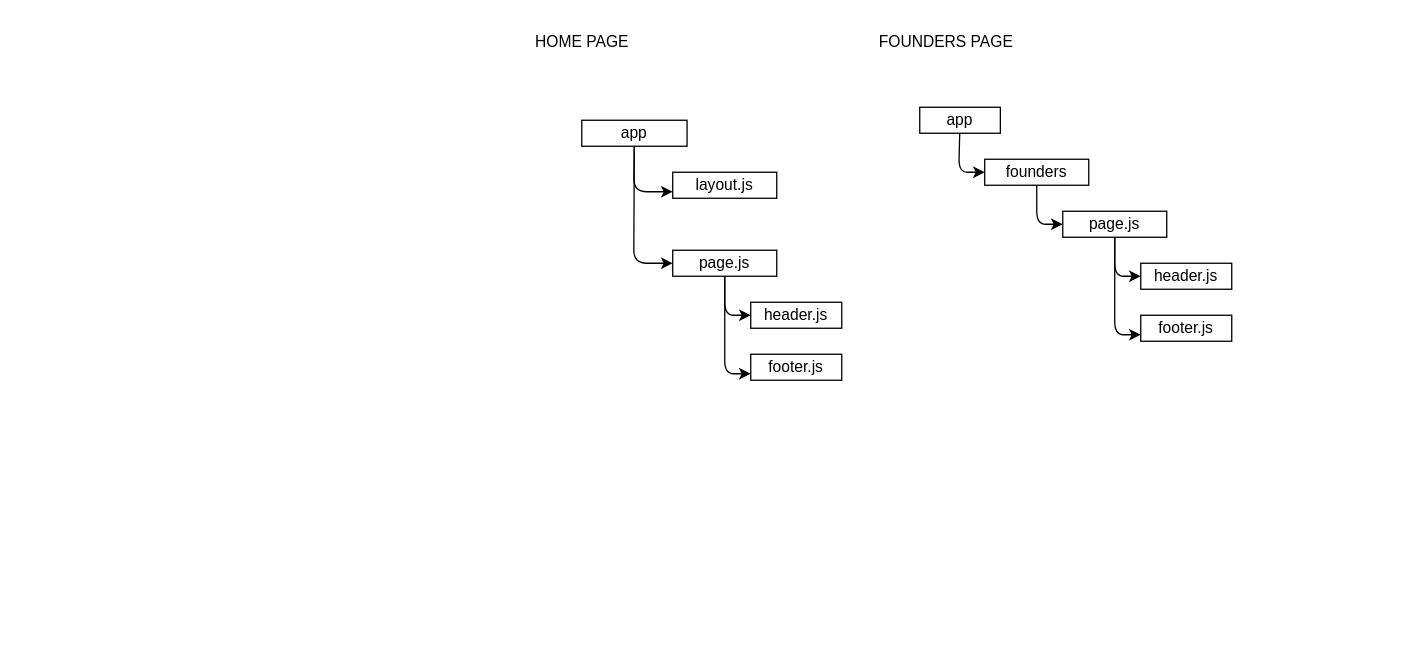
Earlier version of the draw.io diagram plan.drawio (SchoolOfCode/bc16-w7d3-workshop-nextjs-boilerplate-week7-room19). Source tidied: cells renumbered, new cells numbered last; positions are measured from the earlier drawing's top-left corner, leaving out a move shared by most shapes. Both pictures are drawn from the tidied source at 130%, with x=0, y=0 at pixel (516, 22).
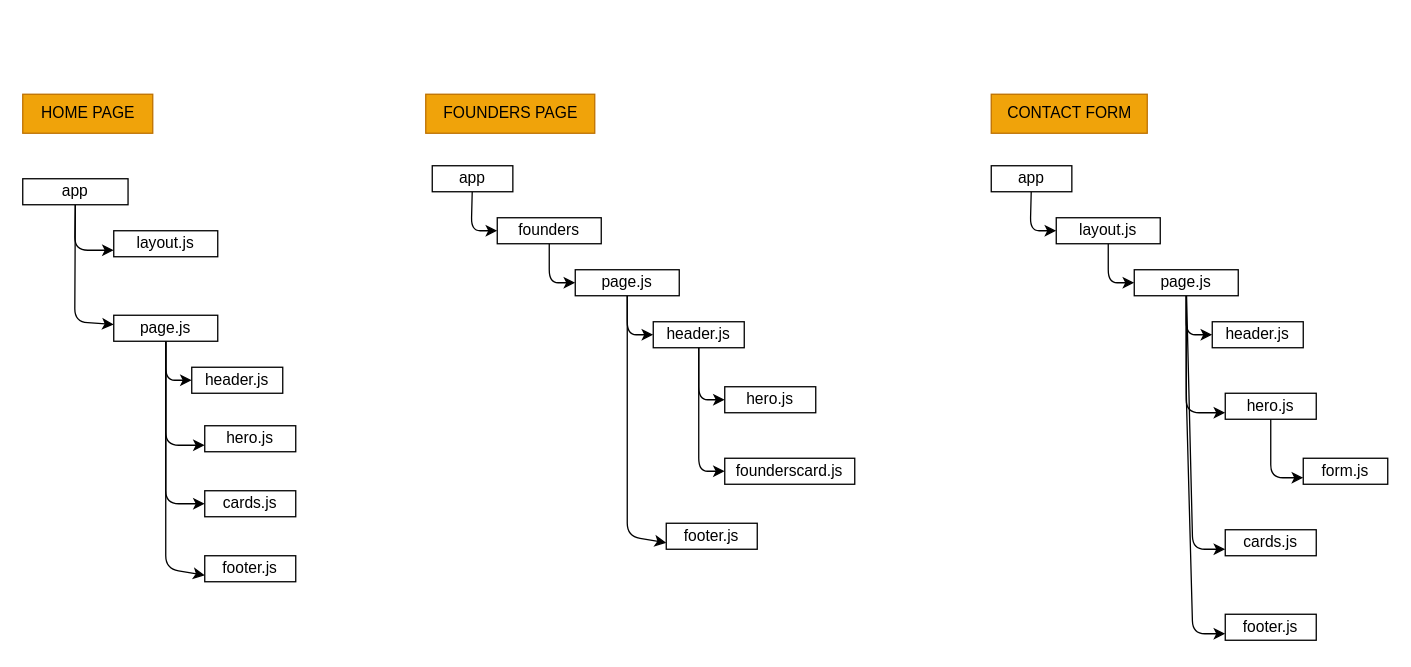
Above is the later version.

Commit message:
update the project file structure diagram.

Diff of the diagram source:
```diff
@@
     <mxCell id="2" style="edgeStyle=none;html=1;entryX=0;entryY=0.5;entryDx=0;entryDy=0;" parent="1" edge="1" source="3" target="5">
       <mxGeometry relative="1" as="geometry">
         <Array as="points">
-          <mxPoint x="340" y="115" />
+          <mxPoint x="-35" y="160" />
         </Array>
       </mxGeometry>
     </mxCell>
     <mxCell id="3" value="app" style="rounded=0;whiteSpace=wrap;html=1;" parent="1" vertex="1">
-      <mxGeometry x="310" y="65" width="62" height="20" as="geometry" />
+      <mxGeometry x="-65" y="110" width="62" height="20" as="geometry" />
     </mxCell>
     <mxCell id="4" style="edgeStyle=none;html=1;entryX=0;entryY=0.5;entryDx=0;entryDy=0;" parent="1" edge="1" source="5" target="17">
       <mxGeometry relative="1" as="geometry">
         <Array as="points">
-          <mxPoint x="400" y="155" />
+          <mxPoint x="25" y="200" />
         </Array>
       </mxGeometry>
     </mxCell>
     <mxCell id="5" value="founders" style="rounded=0;whiteSpace=wrap;html=1;" parent="1" vertex="1">
-      <mxGeometry x="360" y="105" width="80" height="20" as="geometry" />
+      <mxGeometry x="-15" y="150" width="80" height="20" as="geometry" />
     </mxCell>
-    <mxCell id="6" style="edgeStyle=none;html=1;entryX=0;entryY=0.5;entryDx=0;entryDy=0;" parent="1" edge="1" source="8" target="11">
+    <mxCell id="6" style="edgeStyle=none;html=1;" parent="1" edge="1" source="8" target="30">
       <mxGeometry relative="1" as="geometry">
         <Array as="points">
-          <mxPoint x="90" y="185" />
+          <mxPoint x="-340" y="230" />
         </Array>
       </mxGeometry>
     </mxCell>
     <mxCell id="7" style="edgeStyle=none;html=1;entryX=0;entryY=0.75;entryDx=0;entryDy=0;" parent="1" edge="1" source="8" target="14">
       <mxGeometry relative="1" as="geometry">
         <Array as="points">
-          <mxPoint x="90" y="130" />
+          <mxPoint x="-340" y="175" />
         </Array>
       </mxGeometry>
     </mxCell>
     <mxCell id="8" value="app" style="rounded=0;whiteSpace=wrap;html=1;" parent="1" vertex="1">
-      <mxGeometry x="50" y="75" width="81" height="20" as="geometry" />
+      <mxGeometry x="-380" y="120" width="81" height="20" as="geometry" />
     </mxCell>
-    <mxCell id="9" style="edgeStyle=none;html=1;entryX=0;entryY=0.5;entryDx=0;entryDy=0;" parent="1" edge="1" source="11" target="12">
-      <mxGeometry relative="1" as="geometry">
-        <Array as="points">
-          <mxPoint x="160" y="225" />
-        </Array>
-      </mxGeometry>
-    </mxCell>
-    <mxCell id="10" style="edgeStyle=none;html=1;entryX=0;entryY=0.75;entryDx=0;entryDy=0;" parent="1" edge="1" source="11" target="13">
-      <mxGeometry relative="1" as="geometry">
-        <Array as="points">
-          <mxPoint x="160" y="270" />
-        </Array>
-      </mxGeometry>
-    </mxCell>
-    <mxCell id="11" value="page.js" style="rounded=0;whiteSpace=wrap;html=1;" parent="1" vertex="1">
-      <mxGeometry x="120" y="175" width="80" height="20" as="geometry" />
-    </mxCell>
-    <mxCell id="12" value="header.js" style="rounded=0;whiteSpace=wrap;html=1;" parent="1" vertex="1">
-      <mxGeometry x="180" y="215" width="70" height="20" as="geometry" />
-    </mxCell>
-    <mxCell id="13" value="footer.js" style="rounded=0;whiteSpace=wrap;html=1;" parent="1" vertex="1">
-      <mxGeometry x="180" y="255" width="70" height="20" as="geometry" />
-    </mxCell>
     <mxCell id="14" value="layout.js" style="rounded=0;whiteSpace=wrap;html=1;" parent="1" vertex="1">
-      <mxGeometry x="120" y="115" width="80" height="20" as="geometry" />
+      <mxGeometry x="-310" y="160" width="80" height="20" as="geometry" />
     </mxCell>
     <mxCell id="15" style="edgeStyle=none;html=1;entryX=0;entryY=0.5;entryDx=0;entryDy=0;" parent="1" edge="1" source="17" target="18">
       <mxGeometry relative="1" as="geometry">
         <Array as="points">
-          <mxPoint x="460" y="195" />
+          <mxPoint x="85" y="240" />
         </Array>
       </mxGeometry>
     </mxCell>
     <mxCell id="16" style="edgeStyle=none;html=1;entryX=0;entryY=0.75;entryDx=0;entryDy=0;" parent="1" edge="1" source="17" target="19">
       <mxGeometry relative="1" as="geometry">
         <Array as="points">
-          <mxPoint x="460" y="240" />
+          <mxPoint x="85" y="285" />
+          <mxPoint x="85" y="395" />
         </Array>
       </mxGeometry>
     </mxCell>
     <mxCell id="17" value="page.js" style="rounded=0;whiteSpace=wrap;html=1;" parent="1" vertex="1">
-      <mxGeometry x="420" y="145" width="80" height="20" as="geometry" />
+      <mxGeometry x="45" y="190" width="80" height="20" as="geometry" />
     </mxCell>
+    <mxCell id="22" style="edgeStyle=none;html=1;entryX=0;entryY=0.5;entryDx=0;entryDy=0;" parent="1" edge="1" source="18" target="24">
+      <mxGeometry relative="1" as="geometry">
+        <Array as="points">
+          <mxPoint x="140" y="290" />
+        </Array>
+      </mxGeometry>
+    </mxCell>
+    <mxCell id="23" style="edgeStyle=none;html=1;entryX=0;entryY=0.5;entryDx=0;entryDy=0;" parent="1" edge="1" source="18" target="25">
+      <mxGeometry relative="1" as="geometry">
+        <Array as="points">
+          <mxPoint x="140" y="345" />
+        </Array>
+      </mxGeometry>
+    </mxCell>
     <mxCell id="18" value="header.js" style="rounded=0;whiteSpace=wrap;html=1;" parent="1" vertex="1">
-      <mxGeometry x="480" y="185" width="70" height="20" as="geometry" />
+      <mxGeometry x="105" y="230" width="70" height="20" as="geometry" />
     </mxCell>
     <mxCell id="19" value="footer.js" style="rounded=0;whiteSpace=wrap;html=1;" parent="1" vertex="1">
-      <mxGeometry x="480" y="225" width="70" height="20" as="geometry" />
+      <mxGeometry x="115" y="385" width="70" height="20" as="geometry" />
     </mxCell>
-    <mxCell id="20" value="HOME PAGE" style="text;html=1;align=center;verticalAlign=middle;strokeColor=none;fillColor=none;" parent="1" vertex="1">
-      <mxGeometry width="100" height="30" as="geometry" />
+    <mxCell id="20" value="HOME PAGE" style="text;html=1;align=center;verticalAlign=middle;strokeColor=#BD7000;fillColor=#f0a30a;fontColor=#000000;" parent="1" vertex="1">
+      <mxGeometry x="-380" y="55" width="100" height="30" as="geometry" />
     </mxCell>
-    <mxCell id="21" value="FOUNDERS PAGE" style="text;html=1;align=center;verticalAlign=middle;strokeColor=none;fillColor=none;" parent="1" vertex="1">
-      <mxGeometry x="265" width="130" height="30" as="geometry" />
+    <mxCell id="21" value="FOUNDERS PAGE" style="text;html=1;align=center;verticalAlign=middle;strokeColor=#BD7000;fillColor=#f0a30a;fontColor=#000000;" parent="1" vertex="1">
+      <mxGeometry x="-70" y="55" width="130" height="30" as="geometry" />
     </mxCell>
+    <mxCell id="24" value="hero.js" style="rounded=0;whiteSpace=wrap;html=1;" parent="1" vertex="1">
+      <mxGeometry x="160" y="280" width="70" height="20" as="geometry" />
+    </mxCell>
+    <mxCell id="25" value="founderscard.js" style="rounded=0;whiteSpace=wrap;html=1;" parent="1" vertex="1">
+      <mxGeometry x="160" y="335" width="100" height="20" as="geometry" />
+    </mxCell>
+    <mxCell id="26" style="edgeStyle=none;html=1;entryX=0;entryY=0.5;entryDx=0;entryDy=0;" parent="1" edge="1" source="30" target="31">
+      <mxGeometry relative="1" as="geometry">
+        <Array as="points">
+          <mxPoint x="-270" y="275" />
+        </Array>
+      </mxGeometry>
+    </mxCell>
+    <mxCell id="27" style="edgeStyle=none;html=1;entryX=0;entryY=0.75;entryDx=0;entryDy=0;" parent="1" edge="1" source="30" target="32">
+      <mxGeometry relative="1" as="geometry">
+        <Array as="points">
+          <mxPoint x="-270" y="310" />
+          <mxPoint x="-270" y="420" />
+        </Array>
+      </mxGeometry>
+    </mxCell>
+    <mxCell id="28" style="edgeStyle=none;html=1;entryX=0;entryY=0.75;entryDx=0;entryDy=0;" parent="1" edge="1" source="30" target="33">
+      <mxGeometry relative="1" as="geometry">
+        <Array as="points">
+          <mxPoint x="-270" y="325" />
+        </Array>
+      </mxGeometry>
+    </mxCell>
+    <mxCell id="29" style="edgeStyle=none;html=1;entryX=0;entryY=0.5;entryDx=0;entryDy=0;" parent="1" edge="1" source="30" target="34">
+      <mxGeometry relative="1" as="geometry">
+        <Array as="points">
+          <mxPoint x="-270" y="370" />
+        </Array>
+      </mxGeometry>
+    </mxCell>
+    <mxCell id="30" value="page.js" style="rounded=0;whiteSpace=wrap;html=1;" parent="1" vertex="1">
+      <mxGeometry x="-310" y="225" width="80" height="20" as="geometry" />
+    </mxCell>
+    <mxCell id="31" value="header.js" style="rounded=0;whiteSpace=wrap;html=1;" parent="1" vertex="1">
+      <mxGeometry x="-250" y="265" width="70" height="20" as="geometry" />
+    </mxCell>
+    <mxCell id="32" value="footer.js" style="rounded=0;whiteSpace=wrap;html=1;" parent="1" vertex="1">
+      <mxGeometry x="-240" y="410" width="70" height="20" as="geometry" />
+    </mxCell>
+    <mxCell id="33" value="hero.js" style="rounded=0;whiteSpace=wrap;html=1;" parent="1" vertex="1">
+      <mxGeometry x="-240" y="310" width="70" height="20" as="geometry" />
+    </mxCell>
+    <mxCell id="34" value="cards.js" style="rounded=0;whiteSpace=wrap;html=1;" parent="1" vertex="1">
+      <mxGeometry x="-240" y="360" width="70" height="20" as="geometry" />
+    </mxCell>
+    <mxCell id="35" style="edgeStyle=none;html=1;entryX=0;entryY=0.5;entryDx=0;entryDy=0;" parent="1" edge="1" source="36" target="38">
+      <mxGeometry relative="1" as="geometry">
+        <Array as="points">
+          <mxPoint x="395" y="160" />
+        </Array>
+      </mxGeometry>
+    </mxCell>
+    <mxCell id="36" value="app" style="rounded=0;whiteSpace=wrap;html=1;" parent="1" vertex="1">
+      <mxGeometry x="365" y="110" width="62" height="20" as="geometry" />
+    </mxCell>
+    <mxCell id="37" style="edgeStyle=none;html=1;entryX=0;entryY=0.5;entryDx=0;entryDy=0;" parent="1" edge="1" source="38" target="43">
+      <mxGeometry relative="1" as="geometry">
+        <Array as="points">
+          <mxPoint x="455" y="200" />
+        </Array>
+      </mxGeometry>
+    </mxCell>
+    <mxCell id="38" value="layout.js" style="rounded=0;whiteSpace=wrap;html=1;" parent="1" vertex="1">
+      <mxGeometry x="415" y="150" width="80" height="20" as="geometry" />
+    </mxCell>
+    <mxCell id="39" style="edgeStyle=none;html=1;entryX=0;entryY=0.5;entryDx=0;entryDy=0;" parent="1" edge="1" source="43" target="44">
+      <mxGeometry relative="1" as="geometry">
+        <Array as="points">
+          <mxPoint x="515" y="240" />
+        </Array>
+      </mxGeometry>
+    </mxCell>
+    <mxCell id="40" style="edgeStyle=none;html=1;entryX=0;entryY=0.75;entryDx=0;entryDy=0;" parent="1" edge="1" source="43" target="45">
+      <mxGeometry relative="1" as="geometry">
+        <Array as="points">
+          <mxPoint x="515" y="285" />
+          <mxPoint x="520" y="470" />
+        </Array>
+      </mxGeometry>
+    </mxCell>
+    <mxCell id="41" style="edgeStyle=none;html=1;entryX=0;entryY=0.75;entryDx=0;entryDy=0;" parent="1" edge="1" source="43" target="48">
+      <mxGeometry relative="1" as="geometry">
+        <Array as="points">
+          <mxPoint x="515" y="300" />
+        </Array>
+      </mxGeometry>
+    </mxCell>
+    <mxCell id="42" style="edgeStyle=none;html=1;entryX=0;entryY=0.75;entryDx=0;entryDy=0;fontColor=#FFFFFF;" parent="1" edge="1" source="43" target="50">
+      <mxGeometry relative="1" as="geometry">
+        <Array as="points">
+          <mxPoint x="520" y="405" />
+        </Array>
+      </mxGeometry>
+    </mxCell>
+    <mxCell id="43" value="page.js" style="rounded=0;whiteSpace=wrap;html=1;" parent="1" vertex="1">
+      <mxGeometry x="475" y="190" width="80" height="20" as="geometry" />
+    </mxCell>
+    <mxCell id="44" value="header.js" style="rounded=0;whiteSpace=wrap;html=1;" parent="1" vertex="1">
+      <mxGeometry x="535" y="230" width="70" height="20" as="geometry" />
+    </mxCell>
+    <mxCell id="45" value="footer.js" style="rounded=0;whiteSpace=wrap;html=1;" parent="1" vertex="1">
+      <mxGeometry x="545" y="455" width="70" height="20" as="geometry" />
+    </mxCell>
+    <mxCell id="46" value="CONTACT FORM" style="text;html=1;align=center;verticalAlign=middle;strokeColor=#BD7000;fillColor=#f0a30a;fontColor=#000000;" parent="1" vertex="1">
+      <mxGeometry x="365" y="55" width="120" height="30" as="geometry" />
+    </mxCell>
+    <mxCell id="47" style="edgeStyle=none;html=1;entryX=0;entryY=0.75;entryDx=0;entryDy=0;" parent="1" edge="1" source="48" target="49">
+      <mxGeometry relative="1" as="geometry">
+        <Array as="points">
+          <mxPoint x="580" y="350" />
+        </Array>
+      </mxGeometry>
+    </mxCell>
+    <mxCell id="48" value="hero.js" style="rounded=0;whiteSpace=wrap;html=1;" parent="1" vertex="1">
+      <mxGeometry x="545" y="285" width="70" height="20" as="geometry" />
+    </mxCell>
+    <mxCell id="49" value="form.js" style="rounded=0;whiteSpace=wrap;html=1;" parent="1" vertex="1">
+      <mxGeometry x="605" y="335" width="65" height="20" as="geometry" />
+    </mxCell>
+    <mxCell id="50" value="cards.js" style="rounded=0;whiteSpace=wrap;html=1;" parent="1" vertex="1">
+      <mxGeometry x="545" y="390" width="70" height="20" as="geometry" />
+    </mxCell>
```
